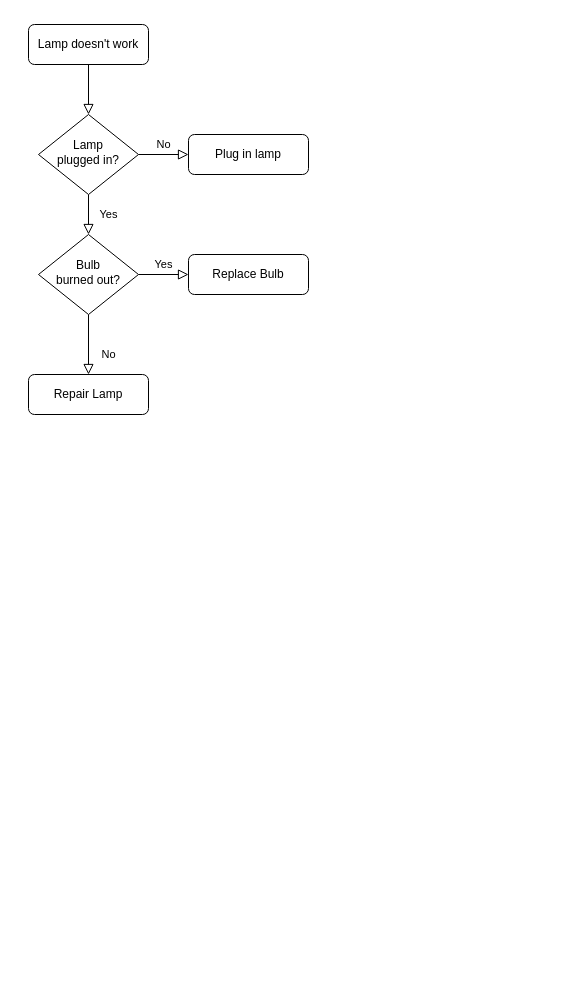
Before: 软件测试/Untitled Diagram.drawio in Karen-hub-cloud/CourseNotes-Spring2020, a draw.io diagram. Source tidied: cells renumbered, new cells numbered last; positions are measured from the earlier drawing's top-left corner, leaving out a move shared by most shapes. Both pictures are drawn from the tidied source at 100%, with x=0, y=0 at pixel (28, 24).
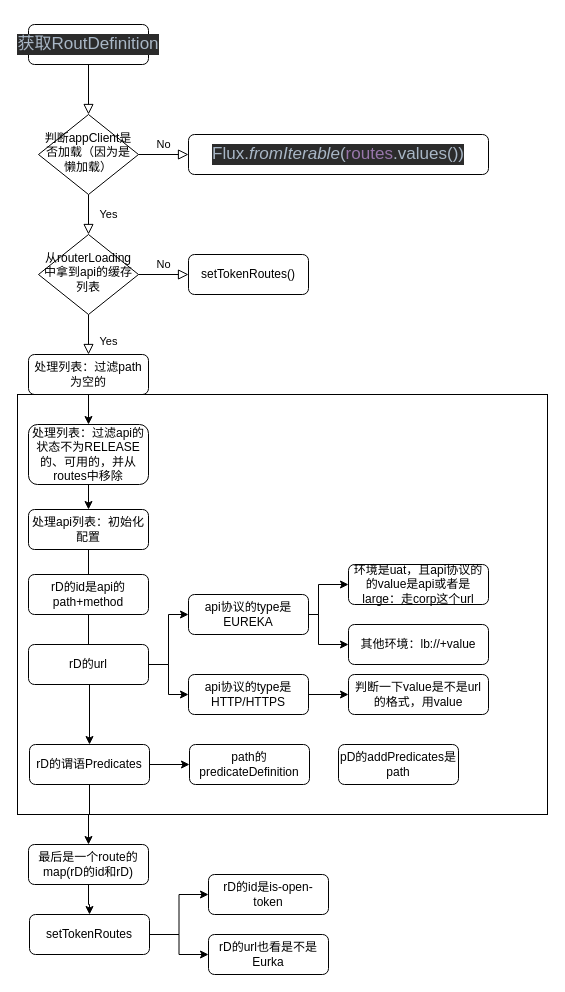
Above is the later version.

Commit message:
conf/DynamicRouteDefinitionRepository

The edit, as a diff of the source:
```diff
@@
-    <mxCell id="3" value="Lamp doesn't work" style="rounded=1;whiteSpace=wrap;html=1;fontSize=12;glass=0;strokeWidth=1;shadow=0;" parent="1" vertex="1">
+    <mxCell id="3" value="&lt;pre style=&quot;background-color: #2b2b2b ; color: #a9b7c6 ; font-family: &amp;#34;jetbrains mono&amp;#34; ; font-size: 12.8pt&quot;&gt;获取RoutDefinition&lt;/pre&gt;" style="rounded=1;whiteSpace=wrap;html=1;fontSize=12;glass=0;strokeWidth=1;shadow=0;" parent="1" vertex="1">
       <mxGeometry width="120" height="40" as="geometry" />
     </mxCell>
@@
-    <mxCell id="6" value="Lamp&lt;br&gt;plugged in?" style="rhombus;whiteSpace=wrap;html=1;shadow=0;fontFamily=Helvetica;fontSize=12;align=center;strokeWidth=1;spacing=6;spacingTop=-4;" parent="1" vertex="1">
+    <mxCell id="6" value="判断appClient是否加载（因为是懒加载）" style="rhombus;whiteSpace=wrap;html=1;shadow=0;fontFamily=Helvetica;fontSize=12;align=center;strokeWidth=1;spacing=6;spacingTop=-4;" parent="1" vertex="1">
       <mxGeometry x="10" y="90" width="100" height="80" as="geometry" />
     </mxCell>
-    <mxCell id="7" value="Plug in lamp" style="rounded=1;whiteSpace=wrap;html=1;fontSize=12;glass=0;strokeWidth=1;shadow=0;" parent="1" vertex="1">
-      <mxGeometry x="160" y="110" width="120" height="40" as="geometry" />
+    <mxCell id="7" value="&lt;pre style=&quot;background-color: #2b2b2b ; color: #a9b7c6 ; font-family: &amp;#34;jetbrains mono&amp;#34; ; font-size: 12.8pt&quot;&gt;Flux.&lt;span style=&quot;font-style: italic&quot;&gt;fromIterable&lt;/span&gt;(&lt;span style=&quot;color: #9876aa&quot;&gt;routes&lt;/span&gt;.values())&lt;/pre&gt;" style="rounded=1;whiteSpace=wrap;html=1;fontSize=12;glass=0;strokeWidth=1;shadow=0;" parent="1" vertex="1">
+      <mxGeometry x="160" y="110" width="300" height="40" as="geometry" />
     </mxCell>
-    <mxCell id="8" value="No" style="rounded=0;html=1;jettySize=auto;fontSize=11;endArrow=block;endFill=0;endSize=8;strokeWidth=1;shadow=0;labelBackgroundColor=none;edgeStyle=orthogonalEdgeStyle;" parent="1" edge="1" source="10" target="11">
+    <mxCell id="8" value="Yes" style="rounded=0;html=1;jettySize=auto;fontSize=11;endArrow=block;endFill=0;endSize=8;strokeWidth=1;shadow=0;labelBackgroundColor=none;edgeStyle=orthogonalEdgeStyle;" parent="1" edge="1" source="10" target="11">
       <mxGeometry x="0.33" y="20" relative="1" as="geometry" />
     </mxCell>
-    <mxCell id="9" value="Yes" style="edgeStyle=orthogonalEdgeStyle;rounded=0;html=1;jettySize=auto;fontSize=11;endArrow=block;endFill=0;endSize=8;strokeWidth=1;shadow=0;labelBackgroundColor=none;" parent="1" edge="1" source="10" target="12">
+    <mxCell id="9" value="No" style="edgeStyle=orthogonalEdgeStyle;rounded=0;html=1;jettySize=auto;fontSize=11;endArrow=block;endFill=0;endSize=8;strokeWidth=1;shadow=0;labelBackgroundColor=none;" parent="1" edge="1" source="10" target="12">
       <mxGeometry y="10" relative="1" as="geometry" />
     </mxCell>
-    <mxCell id="10" value="Bulb&lt;br&gt;burned out?" style="rhombus;whiteSpace=wrap;html=1;shadow=0;fontFamily=Helvetica;fontSize=12;align=center;strokeWidth=1;spacing=6;spacingTop=-4;" parent="1" vertex="1">
+    <mxCell id="10" value="从routerLoading中拿到api的缓存列表" style="rhombus;whiteSpace=wrap;html=1;shadow=0;fontFamily=Helvetica;fontSize=12;align=center;strokeWidth=1;spacing=6;spacingTop=-4;" parent="1" vertex="1">
       <mxGeometry x="10" y="210" width="100" height="80" as="geometry" />
     </mxCell>
+    <mxCell id="13" style="edgeStyle=orthogonalEdgeStyle;rounded=0;jettySize=auto;html=1;" parent="1" edge="1" source="11" target="15">
+      <mxGeometry relative="1" as="geometry" />
+    </mxCell>
-    <mxCell id="11" value="Repair Lamp" style="rounded=1;whiteSpace=wrap;html=1;fontSize=12;glass=0;strokeWidth=1;shadow=0;" parent="1" vertex="1">
-      <mxGeometry y="350" width="120" height="40" as="geometry" />
+    <mxCell id="11" value="处理列表：过滤path为空的" style="rounded=1;whiteSpace=wrap;html=1;fontSize=12;glass=0;strokeWidth=1;shadow=0;" parent="1" vertex="1">
+      <mxGeometry y="330" width="120" height="40" as="geometry" />
     </mxCell>
-    <mxCell id="12" value="Replace Bulb" style="rounded=1;whiteSpace=wrap;html=1;fontSize=12;glass=0;strokeWidth=1;shadow=0;" parent="1" vertex="1">
+    <mxCell id="12" value="setTokenRoutes()" style="rounded=1;whiteSpace=wrap;html=1;fontSize=12;glass=0;strokeWidth=1;shadow=0;" parent="1" vertex="1">
       <mxGeometry x="160" y="230" width="120" height="40" as="geometry" />
     </mxCell>
+    <mxCell id="14" style="edgeStyle=orthogonalEdgeStyle;rounded=0;jettySize=auto;html=1;" parent="1" edge="1" source="15" target="17">
+      <mxGeometry relative="1" as="geometry" />
+    </mxCell>
+    <mxCell id="15" value="处理列表：过滤api的状态不为RELEASE的、可用的，并从routes中移除" style="rounded=1;whiteSpace=wrap;html=1;fontSize=12;glass=0;strokeWidth=1;shadow=0;" parent="1" vertex="1">
+      <mxGeometry y="400" width="120" height="60" as="geometry" />
+    </mxCell>
+    <mxCell id="16" style="edgeStyle=orthogonalEdgeStyle;rounded=0;jettySize=auto;html=1;entryX=0.5;entryY=0;entryDx=0;entryDy=0;" parent="1" edge="1" source="17" target="32">
+      <mxGeometry relative="1" as="geometry" />
+    </mxCell>
+    <mxCell id="17" value="处理api列表：初始化配置" style="rounded=1;whiteSpace=wrap;html=1;fontSize=12;glass=0;strokeWidth=1;shadow=0;" parent="1" vertex="1">
+      <mxGeometry y="485" width="120" height="40" as="geometry" />
+    </mxCell>
+    <mxCell id="18" value="rD的id是api的path+method" style="rounded=1;whiteSpace=wrap;html=1;fontSize=12;glass=0;strokeWidth=1;shadow=0;" parent="1" vertex="1">
+      <mxGeometry y="550" width="120" height="40" as="geometry" />
+    </mxCell>
+    <mxCell id="19" style="edgeStyle=orthogonalEdgeStyle;rounded=0;jettySize=auto;html=1;" parent="1" edge="1" source="21" target="24">
+      <mxGeometry relative="1" as="geometry">
+        <Array as="points">
+          <mxPoint x="140" y="640" />
+          <mxPoint x="140" y="590" />
+        </Array>
+      </mxGeometry>
+    </mxCell>
+    <mxCell id="20" style="edgeStyle=orthogonalEdgeStyle;rounded=0;jettySize=auto;html=1;entryX=0;entryY=0.5;entryDx=0;entryDy=0;" parent="1" edge="1" source="21" target="28">
+      <mxGeometry relative="1" as="geometry" />
+    </mxCell>
+    <mxCell id="21" value="rD的url" style="rounded=1;whiteSpace=wrap;html=1;fontSize=12;glass=0;strokeWidth=1;shadow=0;" parent="1" vertex="1">
+      <mxGeometry y="620" width="120" height="40" as="geometry" />
+    </mxCell>
+    <mxCell id="22" style="edgeStyle=orthogonalEdgeStyle;rounded=0;jettySize=auto;html=1;" parent="1" edge="1" source="24" target="25">
+      <mxGeometry relative="1" as="geometry">
+        <Array as="points">
+          <mxPoint x="290" y="590" />
+          <mxPoint x="290" y="560" />
+        </Array>
+      </mxGeometry>
+    </mxCell>
+    <mxCell id="23" style="edgeStyle=orthogonalEdgeStyle;rounded=0;jettySize=auto;html=1;" parent="1" edge="1" source="24" target="26">
+      <mxGeometry relative="1" as="geometry">
+        <Array as="points">
+          <mxPoint x="290" y="590" />
+          <mxPoint x="290" y="620" />
+        </Array>
+      </mxGeometry>
+    </mxCell>
+    <mxCell id="24" value="api协议的type是EUREKA" style="rounded=1;whiteSpace=wrap;html=1;fontSize=12;glass=0;strokeWidth=1;shadow=0;" parent="1" vertex="1">
+      <mxGeometry x="160" y="570" width="120" height="40" as="geometry" />
+    </mxCell>
+    <mxCell id="25" value="环境是uat，且api协议的的value是api或者是large：走corp这个url" style="rounded=1;whiteSpace=wrap;html=1;fontSize=12;glass=0;strokeWidth=1;shadow=0;" parent="1" vertex="1">
+      <mxGeometry x="320" y="540" width="140" height="40" as="geometry" />
+    </mxCell>
+    <mxCell id="26" value="其他环境：lb://+value" style="rounded=1;whiteSpace=wrap;html=1;fontSize=12;glass=0;strokeWidth=1;shadow=0;" parent="1" vertex="1">
+      <mxGeometry x="320" y="600" width="140" height="40" as="geometry" />
+    </mxCell>
+    <mxCell id="27" style="edgeStyle=orthogonalEdgeStyle;rounded=0;jettySize=auto;html=1;" parent="1" edge="1" source="28" target="29">
+      <mxGeometry relative="1" as="geometry" />
+    </mxCell>
+    <mxCell id="28" value="api协议的type是HTTP/HTTPS" style="rounded=1;whiteSpace=wrap;html=1;fontSize=12;glass=0;strokeWidth=1;shadow=0;" parent="1" vertex="1">
+      <mxGeometry x="160" y="650" width="120" height="40" as="geometry" />
+    </mxCell>
+    <mxCell id="29" value="判断一下value是不是url的格式，用value" style="rounded=1;whiteSpace=wrap;html=1;fontSize=12;glass=0;strokeWidth=1;shadow=0;" parent="1" vertex="1">
+      <mxGeometry x="320" y="650" width="140" height="40" as="geometry" />
+    </mxCell>
+    <mxCell id="30" style="edgeStyle=orthogonalEdgeStyle;rounded=0;jettySize=auto;html=1;" parent="1" edge="1" source="32" target="33">
+      <mxGeometry relative="1" as="geometry" />
+    </mxCell>
+    <mxCell id="31" style="edgeStyle=orthogonalEdgeStyle;rounded=0;jettySize=auto;html=1;" parent="1" edge="1" source="32" target="36">
+      <mxGeometry relative="1" as="geometry" />
+    </mxCell>
+    <mxCell id="32" value="rD的谓语Predicates" style="rounded=1;whiteSpace=wrap;html=1;fontSize=12;glass=0;strokeWidth=1;shadow=0;" parent="1" vertex="1">
+      <mxGeometry x="1" y="720" width="120" height="40" as="geometry" />
+    </mxCell>
+    <mxCell id="33" value="path的predicateDefinition" style="rounded=1;whiteSpace=wrap;html=1;fontSize=12;glass=0;strokeWidth=1;shadow=0;" parent="1" vertex="1">
+      <mxGeometry x="161" y="720" width="120" height="40" as="geometry" />
+    </mxCell>
+    <mxCell id="34" style="rounded=0;whiteSpace=wrap;html=1;fillColor=none;" parent="1" vertex="1">
+      <mxGeometry x="-11" y="370" width="530" height="420" as="geometry" />
+    </mxCell>
+    <mxCell id="35" style="edgeStyle=orthogonalEdgeStyle;rounded=0;jettySize=auto;html=1;" parent="1" edge="1" source="36" target="39">
+      <mxGeometry relative="1" as="geometry" />
+    </mxCell>
+    <mxCell id="36" value="最后是一个route的map(rD的id和rD)" style="rounded=1;whiteSpace=wrap;html=1;fontSize=12;glass=0;strokeWidth=1;shadow=0;" parent="1" vertex="1">
+      <mxGeometry y="820" width="120" height="40" as="geometry" />
+    </mxCell>
+    <mxCell id="37" style="edgeStyle=orthogonalEdgeStyle;rounded=0;jettySize=auto;html=1;entryX=0;entryY=0.5;entryDx=0;entryDy=0;" parent="1" edge="1" source="39" target="40">
+      <mxGeometry relative="1" as="geometry" />
+    </mxCell>
+    <mxCell id="38" style="edgeStyle=orthogonalEdgeStyle;rounded=0;jettySize=auto;html=1;" parent="1" edge="1" source="39" target="42">
+      <mxGeometry relative="1" as="geometry" />
+    </mxCell>
+    <mxCell id="39" value="setTokenRoutes" style="rounded=1;whiteSpace=wrap;html=1;fontSize=12;glass=0;strokeWidth=1;shadow=0;" parent="1" vertex="1">
+      <mxGeometry x="1" y="890" width="120" height="40" as="geometry" />
+    </mxCell>
+    <mxCell id="40" value="rD的id是is-open-token" style="rounded=1;whiteSpace=wrap;html=1;fontSize=12;glass=0;strokeWidth=1;shadow=0;" parent="1" vertex="1">
+      <mxGeometry x="180" y="850" width="120" height="40" as="geometry" />
+    </mxCell>
+    <mxCell id="41" value="pD的addPredicates是path" style="rounded=1;whiteSpace=wrap;html=1;fontSize=12;glass=0;strokeWidth=1;shadow=0;" parent="1" vertex="1">
+      <mxGeometry x="310" y="720" width="120" height="40" as="geometry" />
+    </mxCell>
+    <mxCell id="42" value="rD的url也看是不是Eurka" style="rounded=1;whiteSpace=wrap;html=1;fontSize=12;glass=0;strokeWidth=1;shadow=0;" parent="1" vertex="1">
+      <mxGeometry x="180" y="910" width="120" height="40" as="geometry" />
+    </mxCell>
```
